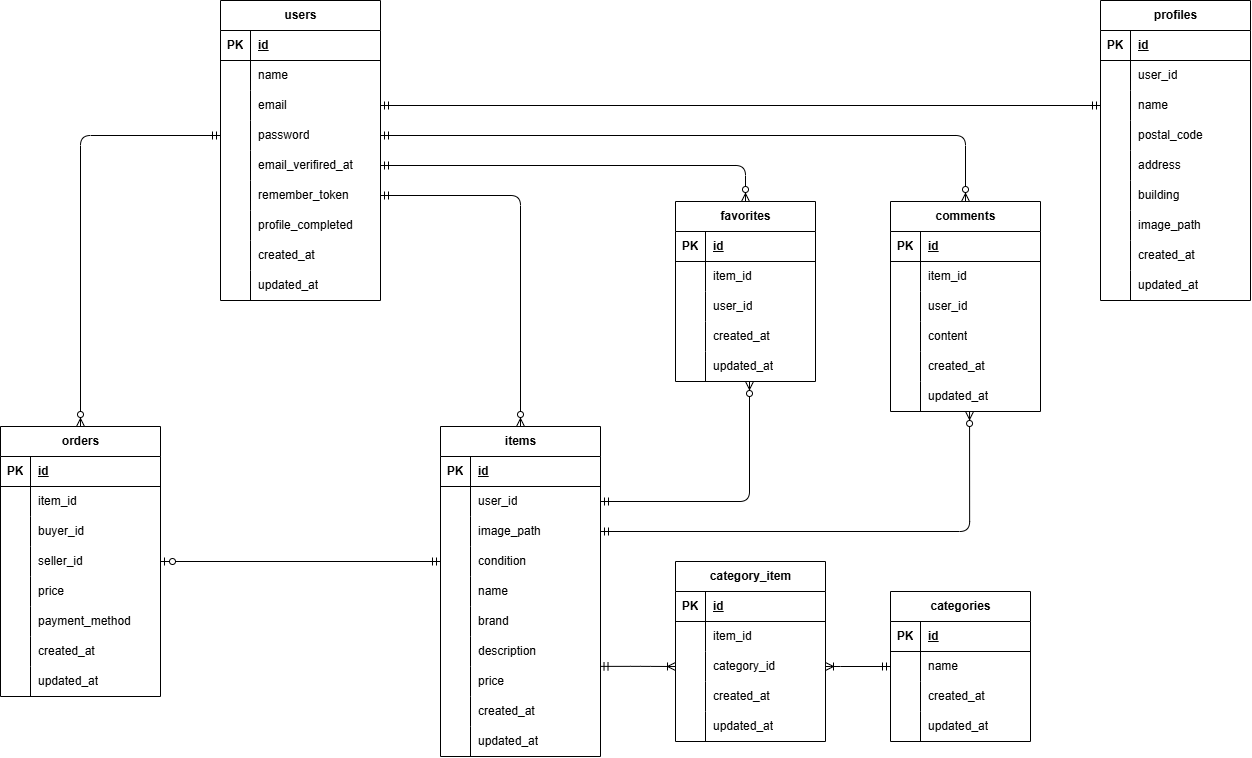
The draw.io diagram index.drawio.png in ktpsc000/CoachtechFleaMarket, before a commit. Source tidied: cells renumbered, new cells last; positions are measured from the earlier drawing's top-left corner, leaving out a move shared by most shapes.
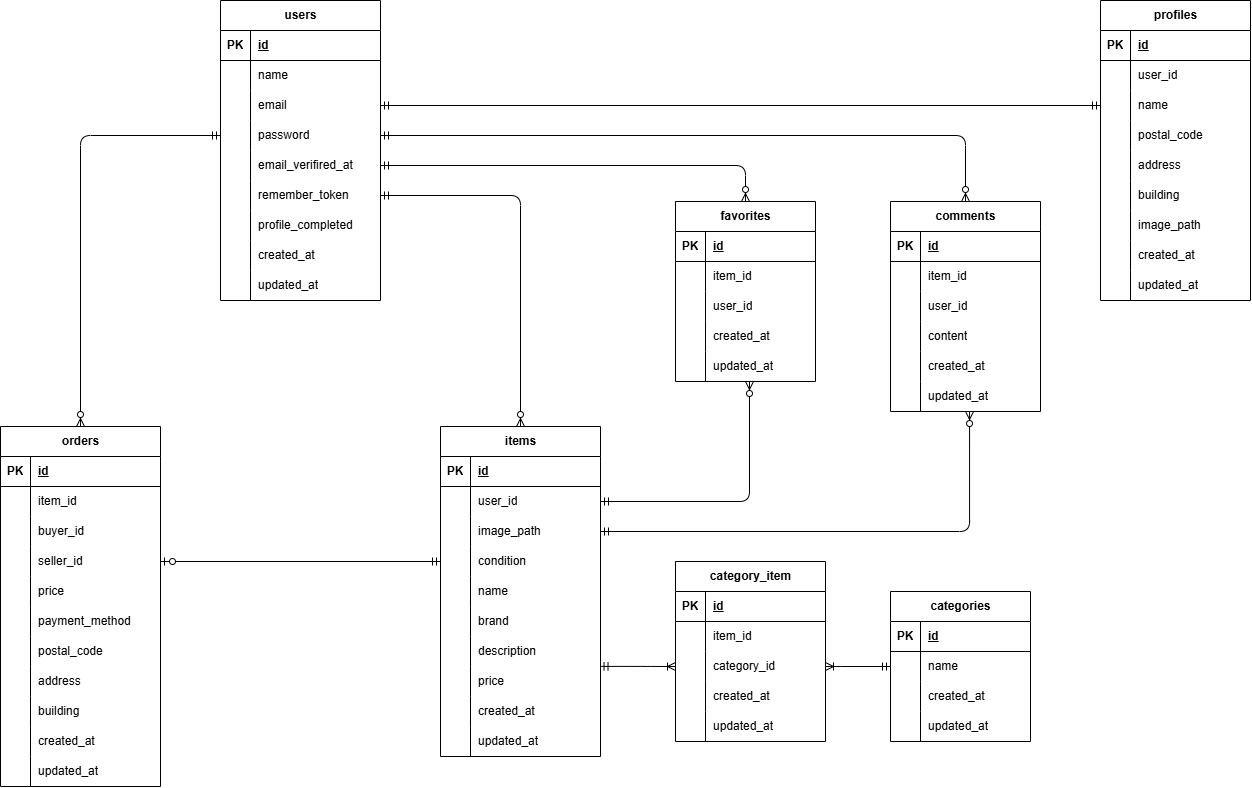
After the change.

Diff of the diagram source:
```diff
@@ -192,7 +192,7 @@
       <mxGeometry x="30" width="120" height="30" as="geometry" />
     </mxCell>
     <mxCell id="65" value="orders" style="shape=table;startSize=30;rowLines=0;fontStyle=1;align=center;html=1;" parent="1" vertex="1">
-      <mxGeometry y="426" width="160" height="270" as="geometry" />
+      <mxGeometry y="426" width="160" height="360" as="geometry" />
     </mxCell>
     <mxCell id="66" style="shape=tableRow;horizontal=0;startSize=0;swimlaneHead=0;swimlaneBody=0;fillColor=none;top=0;left=0;right=0;bottom=1;" parent="65" vertex="1">
       <mxGeometry y="30" width="160" height="30" as="geometry" />
@@ -254,11 +254,38 @@
     <mxCell id="85" style="shape=partialRectangle;fillColor=none;top=0;left=0;bottom=0;right=0;overflow=hidden;whiteSpace=wrap;html=1;" parent="84" vertex="1">
       <mxGeometry width="30" height="30" as="geometry" />
     </mxCell>
-    <mxCell id="86" value="created_at" style="shape=partialRectangle;fillColor=none;top=0;left=0;bottom=0;right=0;align=left;spacingLeft=6;overflow=hidden;whiteSpace=wrap;html=1;" parent="84" vertex="1">
+    <mxCell id="86" value="postal_code" style="shape=partialRectangle;fillColor=none;top=0;left=0;bottom=0;right=0;align=left;spacingLeft=6;overflow=hidden;whiteSpace=wrap;html=1;" parent="84" vertex="1">
       <mxGeometry x="30" width="130" height="30" as="geometry" />
     </mxCell>
+    <mxCell id="188" style="shape=tableRow;horizontal=0;startSize=0;swimlaneHead=0;swimlaneBody=0;fillColor=none;top=0;left=0;right=0;bottom=0;" parent="65" vertex="1">
+      <mxGeometry y="240" width="160" height="30" as="geometry" />
+    </mxCell>
+    <mxCell id="189" style="shape=partialRectangle;fillColor=none;top=0;left=0;bottom=0;right=0;overflow=hidden;whiteSpace=wrap;html=1;" parent="188" vertex="1">
+      <mxGeometry width="30" height="30" as="geometry" />
+    </mxCell>
+    <mxCell id="190" value="address" style="shape=partialRectangle;fillColor=none;top=0;left=0;bottom=0;right=0;align=left;spacingLeft=6;overflow=hidden;whiteSpace=wrap;html=1;" parent="188" vertex="1">
+      <mxGeometry x="30" width="130" height="30" as="geometry" />
+    </mxCell>
+    <mxCell id="191" style="shape=tableRow;horizontal=0;startSize=0;swimlaneHead=0;swimlaneBody=0;fillColor=none;top=0;left=0;right=0;bottom=0;" parent="65" vertex="1">
+      <mxGeometry y="270" width="160" height="30" as="geometry" />
+    </mxCell>
+    <mxCell id="192" style="shape=partialRectangle;fillColor=none;top=0;left=0;bottom=0;right=0;overflow=hidden;whiteSpace=wrap;html=1;" parent="191" vertex="1">
+      <mxGeometry width="30" height="30" as="geometry" />
+    </mxCell>
+    <mxCell id="193" value="building" style="shape=partialRectangle;fillColor=none;top=0;left=0;bottom=0;right=0;align=left;spacingLeft=6;overflow=hidden;whiteSpace=wrap;html=1;" parent="191" vertex="1">
+      <mxGeometry x="30" width="130" height="30" as="geometry" />
+    </mxCell>
+    <mxCell id="194" style="shape=tableRow;horizontal=0;startSize=0;swimlaneHead=0;swimlaneBody=0;fillColor=none;top=0;left=0;right=0;bottom=0;" parent="65" vertex="1">
+      <mxGeometry y="300" width="160" height="30" as="geometry" />
+    </mxCell>
+    <mxCell id="195" style="shape=partialRectangle;fillColor=none;top=0;left=0;bottom=0;right=0;overflow=hidden;whiteSpace=wrap;html=1;" parent="194" vertex="1">
+      <mxGeometry width="30" height="30" as="geometry" />
+    </mxCell>
+    <mxCell id="196" value="&lt;span style=&quot;color: rgb(0, 0, 0);&quot;&gt;created_at&lt;/span&gt;" style="shape=partialRectangle;fillColor=none;top=0;left=0;bottom=0;right=0;align=left;spacingLeft=6;overflow=hidden;whiteSpace=wrap;html=1;" parent="194" vertex="1">
+      <mxGeometry x="30" width="130" height="30" as="geometry" />
+    </mxCell>
     <mxCell id="87" style="shape=tableRow;horizontal=0;startSize=0;swimlaneHead=0;swimlaneBody=0;fillColor=none;top=0;left=0;right=0;bottom=0;" parent="65" vertex="1">
-      <mxGeometry y="240" width="160" height="30" as="geometry" />
+      <mxGeometry y="330" width="160" height="30" as="geometry" />
     </mxCell>
     <mxCell id="88" style="shape=partialRectangle;fillColor=none;top=0;left=0;bottom=0;right=0;overflow=hidden;whiteSpace=wrap;html=1;" parent="87" vertex="1">
       <mxGeometry width="30" height="30" as="geometry" />
```
